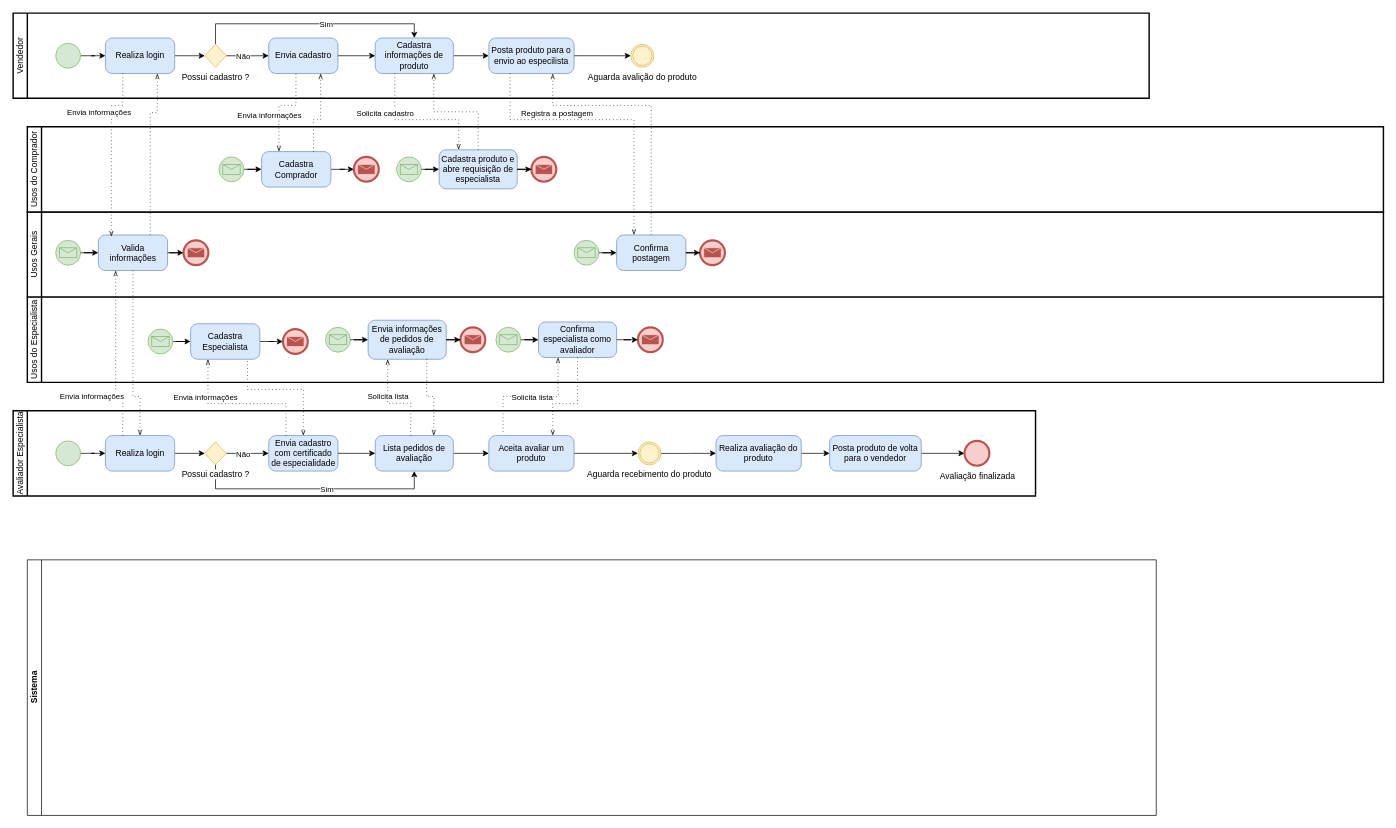
luca-moraes/projetoCorintoModelagem keeps this draw.io diagram as page "Modelo To Be Processo Cadastro Produto" (3 of 4) of DPN/ModelagemProcessoNegocio.drawio. Above is the earlier version. Source tidied: cells renumbered, new cells numbered last; positions are measured from the earlier drawing's top-left corner, leaving out a move shared by most shapes. Both pictures are drawn from the tidied source at 71%, with x=0, y=0 at pixel (13, 13).
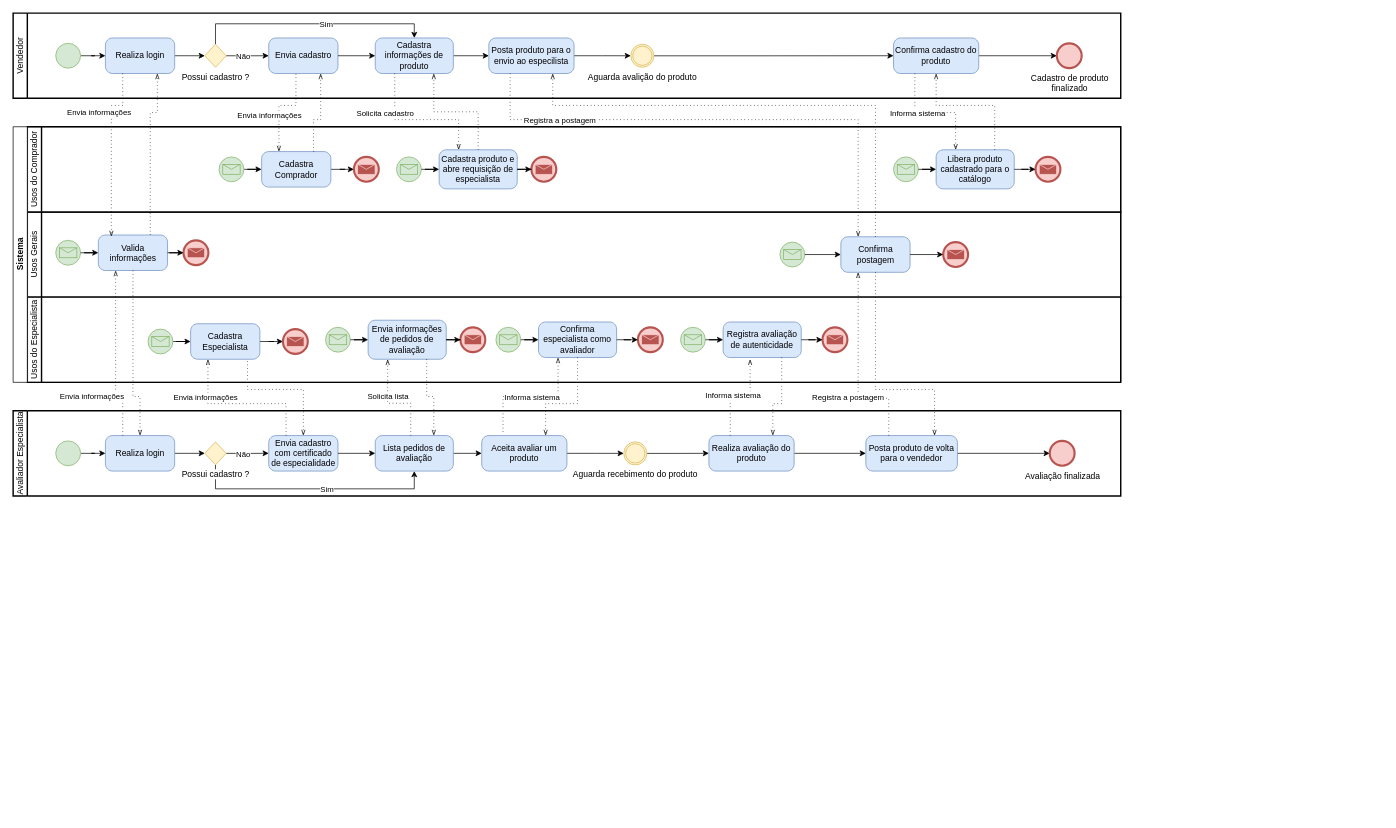
The same page after the edit.

Unchanged cells that the change refers to:
```xml
<mxCell id="81" value="Aguarda avalição do produto" style="points=[[0.145,0.145,0],[0.5,0,0],[0.855,0.145,0],[1,0.5,0],[0.855,0.855,0],[0.5,1,0],[0.145,0.855,0],[0,0.5,0]];shape=mxgraph.bpmn.event;html=1;verticalLabelPosition=bottom;labelBackgroundColor=#ffffff;verticalAlign=top;align=center;perimeter=ellipsePerimeter;outlineConnect=0;outline=throwing;symbol=general;fillColor=#fff2cc;strokeColor=#d6b656;" parent="65" vertex="1">
  <mxGeometry x="870" y="43.8" width="32.5" height="32.5" as="geometry" />
</mxCell>
<mxCell id="92" style="edgeStyle=elbowEdgeStyle;fontSize=12;html=1;endFill=0;startFill=0;endSize=6;startSize=6;dashed=1;dashPattern=1 4;endArrow=openThin;startArrow=none;rounded=0;exitX=0.25;exitY=1;exitDx=0;exitDy=0;exitPerimeter=0;entryX=0.25;entryY=0;entryDx=0;entryDy=0;entryPerimeter=0;elbow=vertical;" parent="1" edge="1" source="80" target="32">
  <mxGeometry relative="1" as="geometry">
    <Array as="points">
      <mxPoint x="820" y="150" />
    </Array>
  </mxGeometry>
</mxCell>
<mxCell id="102" style="edgeStyle=elbowEdgeStyle;fontSize=12;html=1;endFill=0;startFill=0;endSize=6;startSize=6;dashed=1;dashPattern=1 4;endArrow=openThin;startArrow=none;rounded=0;entryX=0.25;entryY=1;entryDx=0;entryDy=0;entryPerimeter=0;elbow=vertical;" parent="1" edge="1" target="59">
  <mxGeometry relative="1" as="geometry">
    <mxPoint x="690" y="590" as="sourcePoint" />
    <Array as="points">
      <mxPoint x="710" y="540" />
    </Array>
  </mxGeometry>
</mxCell>
```

Change to the diagram source:
```diff
@@
     <mxCell id="2" value="Avaliador Especialista" style="swimlane;html=1;startSize=20;fontStyle=0;horizontal=0;swimlaneLine=1;swimlaneFillColor=#ffffff;strokeWidth=2;whiteSpace=wrap;" parent="1" vertex="1">
-      <mxGeometry y="560" width="1440" height="120" as="geometry" />
+      <mxGeometry y="560" width="1560" height="120" as="geometry" />
     </mxCell>
@@
     <mxCell id="16" value="Aceita avaliar um produto" style="points=[[0.25,0,0],[0.5,0,0],[0.75,0,0],[1,0.25,0],[1,0.5,0],[1,0.75,0],[0.75,1,0],[0.5,1,0],[0.25,1,0],[0,0.75,0],[0,0.5,0],[0,0.25,0]];shape=mxgraph.bpmn.task;whiteSpace=wrap;rectStyle=rounded;size=10;html=1;taskMarker=abstract;fillColor=#dae8fc;strokeColor=#6c8ebf;" parent="2" vertex="1">
-      <mxGeometry x="670" y="35" width="120" height="50" as="geometry" />
+      <mxGeometry x="660" y="35" width="120" height="50" as="geometry" />
     </mxCell>
@@
     <mxCell id="18" value="Aguarda recebimento do produto" style="points=[[0.145,0.145,0],[0.5,0,0],[0.855,0.145,0],[1,0.5,0],[0.855,0.855,0],[0.5,1,0],[0.145,0.855,0],[0,0.5,0]];shape=mxgraph.bpmn.event;html=1;verticalLabelPosition=bottom;labelBackgroundColor=#ffffff;verticalAlign=top;align=center;perimeter=ellipsePerimeter;outlineConnect=0;outline=throwing;symbol=general;fillColor=#fff2cc;strokeColor=#d6b656;" parent="2" vertex="1">
-      <mxGeometry x="880" y="43.8" width="32.5" height="32.5" as="geometry" />
+      <mxGeometry x="860" y="43.8" width="32.5" height="32.5" as="geometry" />
     </mxCell>
@@
     <mxCell id="20" value="Realiza avaliação do produto" style="points=[[0.25,0,0],[0.5,0,0],[0.75,0,0],[1,0.25,0],[1,0.5,0],[1,0.75,0],[0.75,1,0],[0.5,1,0],[0.25,1,0],[0,0.75,0],[0,0.5,0],[0,0.25,0]];shape=mxgraph.bpmn.task;whiteSpace=wrap;rectStyle=rounded;size=10;html=1;taskMarker=abstract;fillColor=#dae8fc;strokeColor=#6c8ebf;" parent="2" vertex="1">
-      <mxGeometry x="990" y="35" width="120" height="50" as="geometry" />
+      <mxGeometry x="980" y="35" width="120" height="50" as="geometry" />
     </mxCell>
@@
     <mxCell id="22" value="Posta produto de volta para o vendedor" style="points=[[0.25,0,0],[0.5,0,0],[0.75,0,0],[1,0.25,0],[1,0.5,0],[1,0.75,0],[0.75,1,0],[0.5,1,0],[0.25,1,0],[0,0.75,0],[0,0.5,0],[0,0.25,0]];shape=mxgraph.bpmn.task;whiteSpace=wrap;rectStyle=rounded;size=10;html=1;taskMarker=abstract;fillColor=#dae8fc;strokeColor=#6c8ebf;" parent="2" vertex="1">
-      <mxGeometry x="1150" y="35" width="129" height="50" as="geometry" />
+      <mxGeometry x="1201" y="35" width="129" height="50" as="geometry" />
     </mxCell>
     <mxCell id="23" value="Avaliação finalizada" style="points=[[0.145,0.145,0],[0.5,0,0],[0.855,0.145,0],[1,0.5,0],[0.855,0.855,0],[0.5,1,0],[0.145,0.855,0],[0,0.5,0]];shape=mxgraph.bpmn.event;html=1;verticalLabelPosition=bottom;labelBackgroundColor=#ffffff;verticalAlign=top;align=center;perimeter=ellipsePerimeter;outlineConnect=0;outline=end;symbol=terminate2;fillColor=#f8cecc;strokeColor=#b85450;" parent="2" vertex="1">
-      <mxGeometry x="1340" y="42.5" width="35" height="35" as="geometry" />
+      <mxGeometry x="1460" y="42.5" width="35" height="35" as="geometry" />
     </mxCell>
@@
     <mxCell id="25" value="Usos Gerais" style="swimlane;html=1;startSize=20;fontStyle=0;horizontal=0;swimlaneLine=1;swimlaneFillColor=#ffffff;strokeWidth=2;whiteSpace=wrap;" parent="1" vertex="1">
-      <mxGeometry x="20" y="280" width="1910" height="120" as="geometry" />
+      <mxGeometry x="20" y="280" width="1540" height="120" as="geometry" />
     </mxCell>
@@
     <mxCell id="31" style="points=[[0.145,0.145,0],[0.5,0,0],[0.855,0.145,0],[1,0.5,0],[0.855,0.855,0],[0.5,1,0],[0.145,0.855,0],[0,0.5,0]];shape=mxgraph.bpmn.event;html=1;verticalLabelPosition=bottom;labelBackgroundColor=#ffffff;verticalAlign=top;align=center;perimeter=ellipsePerimeter;outlineConnect=0;outline=standard;symbol=message;fillColor=#d5e8d4;strokeColor=#82b366;" parent="25" vertex="1">
-      <mxGeometry x="770" y="40" width="35" height="35" as="geometry" />
+      <mxGeometry x="1060" y="42.5" width="35" height="35" as="geometry" />
     </mxCell>
     <mxCell id="32" value="Confirma postagem" style="points=[[0.25,0,0],[0.5,0,0],[0.75,0,0],[1,0.25,0],[1,0.5,0],[1,0.75,0],[0.75,1,0],[0.5,1,0],[0.25,1,0],[0,0.75,0],[0,0.5,0],[0,0.25,0]];shape=mxgraph.bpmn.task;whiteSpace=wrap;rectStyle=rounded;size=10;html=1;taskMarker=abstract;fillColor=#dae8fc;strokeColor=#6c8ebf;" parent="25" vertex="1">
-      <mxGeometry x="830" y="32.5" width="97.5" height="50" as="geometry" />
+      <mxGeometry x="1145.8" y="35" width="97.5" height="50" as="geometry" />
     </mxCell>
     <mxCell id="33" style="points=[[0.145,0.145,0],[0.5,0,0],[0.855,0.145,0],[1,0.5,0],[0.855,0.855,0],[0.5,1,0],[0.145,0.855,0],[0,0.5,0]];shape=mxgraph.bpmn.event;html=1;verticalLabelPosition=bottom;labelBackgroundColor=#ffffff;verticalAlign=top;align=center;perimeter=ellipsePerimeter;outlineConnect=0;outline=end;symbol=message;fillColor=#f8cecc;strokeColor=#b85450;" parent="25" vertex="1">
-      <mxGeometry x="947.5" y="40" width="35" height="35" as="geometry" />
+      <mxGeometry x="1290" y="42.5" width="35" height="35" as="geometry" />
     </mxCell>
@@
     <mxCell id="36" value="Usos do Comprador" style="swimlane;html=1;startSize=20;fontStyle=0;horizontal=0;swimlaneLine=1;swimlaneFillColor=#ffffff;strokeWidth=2;whiteSpace=wrap;" parent="1" vertex="1">
-      <mxGeometry x="20" y="160" width="1910" height="120" as="geometry" />
+      <mxGeometry x="20" y="160" width="1540" height="120" as="geometry" />
     </mxCell>
@@
+    <mxCell id="105" style="points=[[0.145,0.145,0],[0.5,0,0],[0.855,0.145,0],[1,0.5,0],[0.855,0.855,0],[0.5,1,0],[0.145,0.855,0],[0,0.5,0]];shape=mxgraph.bpmn.event;html=1;verticalLabelPosition=bottom;labelBackgroundColor=#ffffff;verticalAlign=top;align=center;perimeter=ellipsePerimeter;outlineConnect=0;outline=standard;symbol=message;fillColor=#d5e8d4;strokeColor=#82b366;" parent="36" vertex="1">
+      <mxGeometry x="1220" y="42.5" width="35" height="35" as="geometry" />
+    </mxCell>
+    <mxCell id="106" value="Libera produto cadastrado para o catálogo" style="points=[[0.25,0,0],[0.5,0,0],[0.75,0,0],[1,0.25,0],[1,0.5,0],[1,0.75,0],[0.75,1,0],[0.5,1,0],[0.25,1,0],[0,0.75,0],[0,0.5,0],[0,0.25,0]];shape=mxgraph.bpmn.task;whiteSpace=wrap;rectStyle=rounded;size=10;html=1;taskMarker=abstract;fillColor=#dae8fc;strokeColor=#6c8ebf;" parent="36" vertex="1">
+      <mxGeometry x="1280" y="32.5" width="110" height="55" as="geometry" />
+    </mxCell>
+    <mxCell id="107" style="edgeStyle=orthogonalEdgeStyle;rounded=0;jettySize=auto;html=1;entryX=0;entryY=0.5;entryDx=0;entryDy=0;entryPerimeter=0;" parent="36" edge="1" source="105" target="106">
+      <mxGeometry relative="1" as="geometry" />
+    </mxCell>
+    <mxCell id="108" style="points=[[0.145,0.145,0],[0.5,0,0],[0.855,0.145,0],[1,0.5,0],[0.855,0.855,0],[0.5,1,0],[0.145,0.855,0],[0,0.5,0]];shape=mxgraph.bpmn.event;html=1;verticalLabelPosition=bottom;labelBackgroundColor=#ffffff;verticalAlign=top;align=center;perimeter=ellipsePerimeter;outlineConnect=0;outline=end;symbol=message;fillColor=#f8cecc;strokeColor=#b85450;" parent="36" vertex="1">
+      <mxGeometry x="1420" y="42.5" width="35" height="35" as="geometry" />
+    </mxCell>
+    <mxCell id="109" style="edgeStyle=orthogonalEdgeStyle;rounded=0;jettySize=auto;html=1;" parent="36" edge="1" source="106" target="108">
+      <mxGeometry relative="1" as="geometry" />
+    </mxCell>
     <mxCell id="47" value="Usos do Especialista" style="swimlane;html=1;startSize=20;fontStyle=0;horizontal=0;swimlaneLine=1;swimlaneFillColor=#ffffff;strokeWidth=2;whiteSpace=wrap;" parent="1" vertex="1">
-      <mxGeometry x="20" y="400" width="1910" height="120" as="geometry" />
+      <mxGeometry x="20" y="400" width="1540" height="120" as="geometry" />
     </mxCell>
@@
+    <mxCell id="110" style="points=[[0.145,0.145,0],[0.5,0,0],[0.855,0.145,0],[1,0.5,0],[0.855,0.855,0],[0.5,1,0],[0.145,0.855,0],[0,0.5,0]];shape=mxgraph.bpmn.event;html=1;verticalLabelPosition=bottom;labelBackgroundColor=#ffffff;verticalAlign=top;align=center;perimeter=ellipsePerimeter;outlineConnect=0;outline=standard;symbol=message;fillColor=#d5e8d4;strokeColor=#82b366;" parent="47" vertex="1">
+      <mxGeometry x="920" y="42.5" width="35" height="35" as="geometry" />
+    </mxCell>
+    <mxCell id="111" value="Registra avaliação de autenticidade" style="points=[[0.25,0,0],[0.5,0,0],[0.75,0,0],[1,0.25,0],[1,0.5,0],[1,0.75,0],[0.75,1,0],[0.5,1,0],[0.25,1,0],[0,0.75,0],[0,0.5,0],[0,0.25,0]];shape=mxgraph.bpmn.task;whiteSpace=wrap;rectStyle=rounded;size=10;html=1;taskMarker=abstract;fillColor=#dae8fc;strokeColor=#6c8ebf;" parent="47" vertex="1">
+      <mxGeometry x="980" y="35" width="110" height="50" as="geometry" />
+    </mxCell>
+    <mxCell id="112" style="edgeStyle=orthogonalEdgeStyle;rounded=0;jettySize=auto;html=1;entryX=0;entryY=0.5;entryDx=0;entryDy=0;entryPerimeter=0;" parent="47" edge="1" source="110" target="111">
+      <mxGeometry relative="1" as="geometry" />
+    </mxCell>
+    <mxCell id="113" style="points=[[0.145,0.145,0],[0.5,0,0],[0.855,0.145,0],[1,0.5,0],[0.855,0.855,0],[0.5,1,0],[0.145,0.855,0],[0,0.5,0]];shape=mxgraph.bpmn.event;html=1;verticalLabelPosition=bottom;labelBackgroundColor=#ffffff;verticalAlign=top;align=center;perimeter=ellipsePerimeter;outlineConnect=0;outline=end;symbol=message;fillColor=#f8cecc;strokeColor=#b85450;" parent="47" vertex="1">
+      <mxGeometry x="1120" y="42.5" width="35" height="35" as="geometry" />
+    </mxCell>
+    <mxCell id="114" style="edgeStyle=orthogonalEdgeStyle;rounded=0;jettySize=auto;html=1;" parent="47" edge="1" source="111" target="113">
+      <mxGeometry relative="1" as="geometry" />
+    </mxCell>
     <mxCell id="65" value="Vendedor" style="swimlane;html=1;startSize=20;fontStyle=0;horizontal=0;swimlaneLine=1;swimlaneFillColor=#ffffff;strokeWidth=2;whiteSpace=wrap;" parent="1" vertex="1">
-      <mxGeometry width="1600" height="120" as="geometry" />
+      <mxGeometry width="1560" height="120" as="geometry" />
     </mxCell>
@@
+    <mxCell id="115" style="edgeStyle=orthogonalEdgeStyle;rounded=0;jettySize=auto;html=1;entryX=0;entryY=0.5;entryDx=0;entryDy=0;entryPerimeter=0;" parent="65" edge="1" source="81" target="117">
+      <mxGeometry relative="1" as="geometry" />
+    </mxCell>
@@
+    <mxCell id="116" style="edgeStyle=orthogonalEdgeStyle;rounded=0;jettySize=auto;html=1;" parent="65" edge="1" source="117" target="118">
+      <mxGeometry relative="1" as="geometry" />
+    </mxCell>
+    <mxCell id="117" value="Confirma cadastro do produto" style="points=[[0.25,0,0],[0.5,0,0],[0.75,0,0],[1,0.25,0],[1,0.5,0],[1,0.75,0],[0.75,1,0],[0.5,1,0],[0.25,1,0],[0,0.75,0],[0,0.5,0],[0,0.25,0]];shape=mxgraph.bpmn.task;whiteSpace=wrap;rectStyle=rounded;size=10;html=1;taskMarker=abstract;fillColor=#dae8fc;strokeColor=#6c8ebf;" parent="65" vertex="1">
+      <mxGeometry x="1240" y="35" width="120" height="50" as="geometry" />
+    </mxCell>
+    <mxCell id="118" value="Cadastro de produto &lt;br&gt;finalizado" style="points=[[0.145,0.145,0],[0.5,0,0],[0.855,0.145,0],[1,0.5,0],[0.855,0.855,0],[0.5,1,0],[0.145,0.855,0],[0,0.5,0]];shape=mxgraph.bpmn.event;html=1;verticalLabelPosition=bottom;labelBackgroundColor=#ffffff;verticalAlign=top;align=center;perimeter=ellipsePerimeter;outlineConnect=0;outline=end;symbol=terminate2;fillColor=#f8cecc;strokeColor=#b85450;" parent="65" vertex="1">
+      <mxGeometry x="1470" y="42.5" width="35" height="35" as="geometry" />
+    </mxCell>
@@
     <mxCell id="93" value="Registra a postagem" style="edgeLabel;html=1;align=center;verticalAlign=middle;" parent="92" vertex="1">
       <mxGeometry x="-0.37" y="-2" relative="1" as="geometry">
-        <mxPoint x="3" y="-12" as="offset" />
+        <mxPoint x="-93" y="-2" as="offset" />
       </mxGeometry>
     </mxCell>
     <mxCell id="94" value="Sistema" style="swimlane;horizontal=0;startSize=20;html=1;" parent="1" vertex="1">
-      <mxGeometry x="20" y="770" width="1590" height="360" as="geometry" />
+      <mxGeometry y="160" width="1560" height="360" as="geometry" />
     </mxCell>
@@
-    <mxCell id="103" value="Solicita lista" style="edgeLabel;html=1;align=center;verticalAlign=middle;" parent="102" vertex="1">
+    <mxCell id="103" value="Informa sistema" style="edgeLabel;html=1;align=center;verticalAlign=middle;" parent="102" vertex="1">
       <mxGeometry x="0.26" relative="1" as="geometry">
         <mxPoint x="-25" as="offset" />
       </mxGeometry>
     </mxCell>
@@
+    <mxCell id="119" style="edgeStyle=elbowEdgeStyle;fontSize=12;html=1;endFill=0;startFill=0;endSize=6;startSize=6;dashed=1;dashPattern=1 4;endArrow=openThin;startArrow=none;rounded=0;entryX=0.25;entryY=1;entryDx=0;entryDy=0;entryPerimeter=0;elbow=vertical;exitX=0.25;exitY=0;exitDx=0;exitDy=0;exitPerimeter=0;" parent="1" edge="1" source="20">
+      <mxGeometry relative="1" as="geometry">
+        <mxPoint x="1038" y="487.5" as="targetPoint" />
+        <Array as="points">
+          <mxPoint x="980" y="542.5" />
+        </Array>
+      </mxGeometry>
+    </mxCell>
+    <mxCell id="120" value="Informa sistema" style="edgeLabel;html=1;align=center;verticalAlign=middle;" parent="119" vertex="1">
+      <mxGeometry x="0.26" relative="1" as="geometry">
+        <mxPoint x="-25" as="offset" />
+      </mxGeometry>
+    </mxCell>
+    <mxCell id="121" style="edgeStyle=elbowEdgeStyle;fontSize=12;html=1;endFill=0;startFill=0;endSize=6;startSize=6;dashed=1;dashPattern=1 4;endArrow=openThin;startArrow=none;rounded=0;entryX=0.75;entryY=0;entryDx=0;entryDy=0;entryPerimeter=0;exitX=0.75;exitY=1;exitDx=0;exitDy=0;exitPerimeter=0;elbow=vertical;" parent="1" edge="1" source="111" target="20">
+      <mxGeometry relative="1" as="geometry">
+        <Array as="points">
+          <mxPoint x="1080" y="550" />
+        </Array>
+      </mxGeometry>
+    </mxCell>
+    <mxCell id="122" style="edgeStyle=elbowEdgeStyle;fontSize=12;html=1;endFill=0;startFill=0;endSize=6;startSize=6;dashed=1;dashPattern=1 4;endArrow=openThin;startArrow=none;rounded=0;entryX=0.75;entryY=0;entryDx=0;entryDy=0;entryPerimeter=0;exitX=0.5;exitY=1;exitDx=0;exitDy=0;exitPerimeter=0;elbow=vertical;" parent="1" edge="1" source="32" target="22">
+      <mxGeometry relative="1" as="geometry">
+        <Array as="points">
+          <mxPoint x="1240" y="530" />
+        </Array>
+      </mxGeometry>
+    </mxCell>
+    <mxCell id="123" style="edgeStyle=elbowEdgeStyle;fontSize=12;html=1;endFill=0;startFill=0;endSize=6;startSize=6;dashed=1;dashPattern=1 4;endArrow=openThin;startArrow=none;rounded=0;entryX=0.25;entryY=0;entryDx=0;entryDy=0;entryPerimeter=0;elbow=vertical;exitX=0.25;exitY=1;exitDx=0;exitDy=0;exitPerimeter=0;" parent="1" edge="1" source="117" target="106">
+      <mxGeometry relative="1" as="geometry">
+        <Array as="points">
+          <mxPoint x="1326" y="140" />
+        </Array>
+      </mxGeometry>
+    </mxCell>
+    <mxCell id="124" value="Informa sistema" style="edgeLabel;html=1;align=center;verticalAlign=middle;" parent="123" vertex="1">
+      <mxGeometry x="0.26" relative="1" as="geometry">
+        <mxPoint x="-46" as="offset" />
+      </mxGeometry>
+    </mxCell>
+    <mxCell id="125" style="edgeStyle=elbowEdgeStyle;fontSize=12;html=1;endFill=0;startFill=0;endSize=6;startSize=6;dashed=1;dashPattern=1 4;endArrow=openThin;startArrow=none;rounded=0;entryX=0.5;entryY=1;entryDx=0;entryDy=0;entryPerimeter=0;exitX=0.75;exitY=0;exitDx=0;exitDy=0;exitPerimeter=0;elbow=vertical;" parent="1" edge="1" source="106" target="117">
+      <mxGeometry relative="1" as="geometry">
+        <Array as="points">
+          <mxPoint x="1360" y="130" />
+        </Array>
+      </mxGeometry>
+    </mxCell>
+    <mxCell id="126" style="edgeStyle=elbowEdgeStyle;fontSize=12;html=1;endFill=0;startFill=0;endSize=6;startSize=6;dashed=1;dashPattern=1 4;endArrow=openThin;startArrow=none;rounded=0;entryX=0.25;entryY=1;entryDx=0;entryDy=0;entryPerimeter=0;elbow=vertical;exitX=0.25;exitY=0;exitDx=0;exitDy=0;exitPerimeter=0;" parent="1" edge="1" source="22" target="32">
+      <mxGeometry relative="1" as="geometry">
+        <Array as="points">
+          <mxPoint x="1170" y="542.5" />
+        </Array>
+      </mxGeometry>
+    </mxCell>
+    <mxCell id="127" value="Registra a postagem" style="edgeLabel;html=1;align=center;verticalAlign=middle;" parent="126" vertex="1">
+      <mxGeometry x="0.26" relative="1" as="geometry">
+        <mxPoint x="-15" y="74" as="offset" />
+      </mxGeometry>
+    </mxCell>
```
